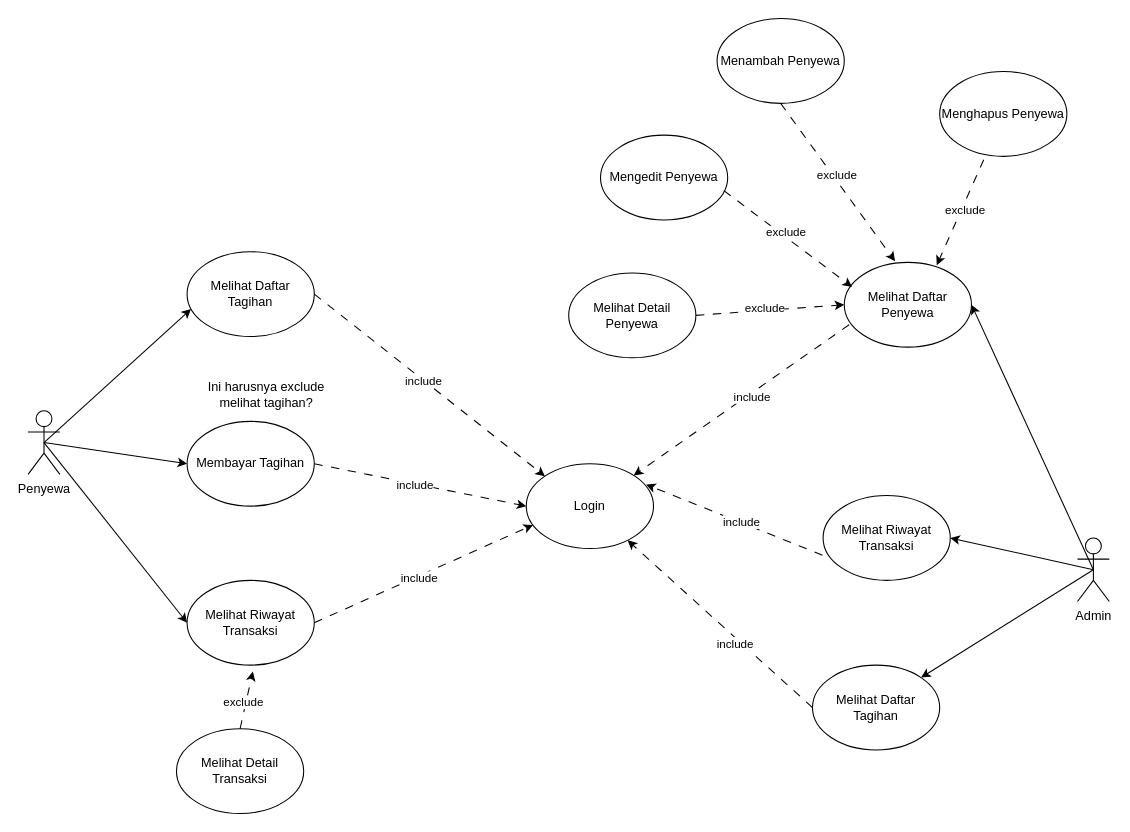
This is usecase_skripsi.drawio from juanangelaalma/uml, a draw.io file, before an edit. Source tidied: cells renumbered, new cells numbered last; positions are measured from the earlier drawing's top-left corner, leaving out a move shared by most shapes. Both pictures are drawn from the tidied source at 106%, with x=0, y=0 at pixel (28, 18).
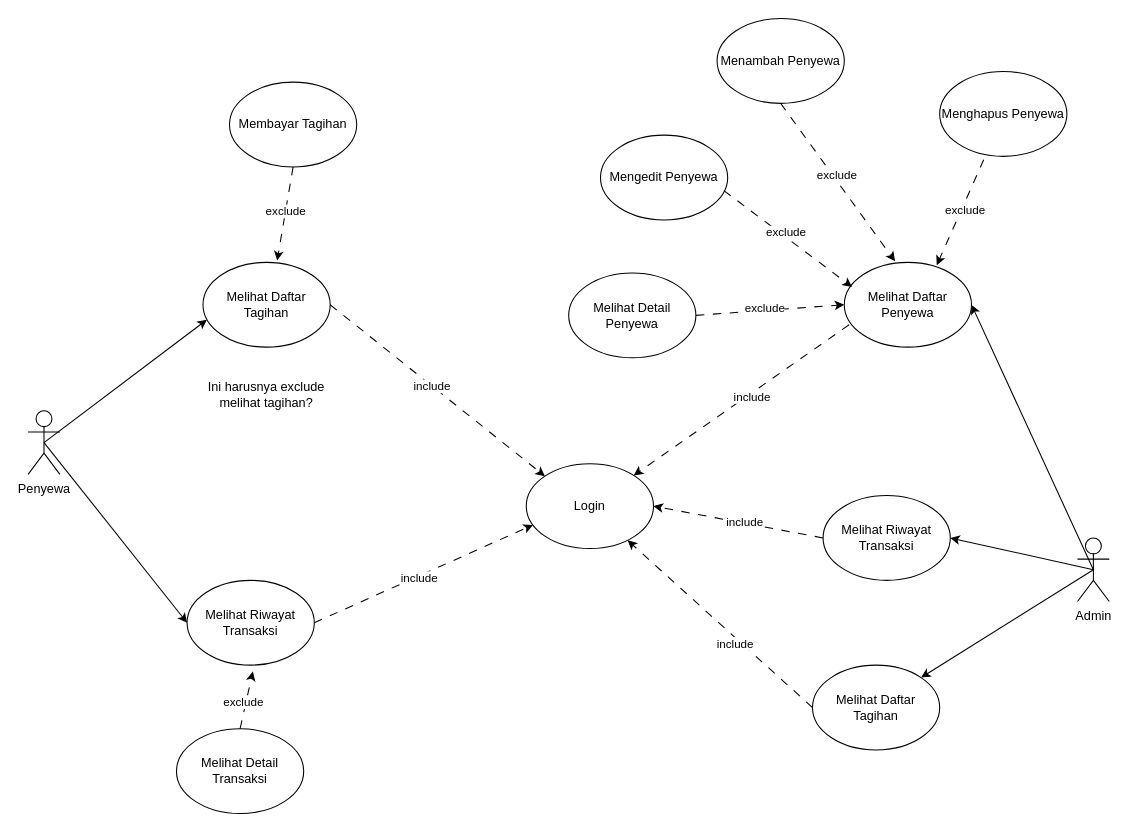
The same diagram, later.

The change refers to these unchanged cells:
```xml
<mxCell id="3" value="Penyewa" style="shape=umlActor;verticalLabelPosition=bottom;verticalAlign=top;html=1;outlineConnect=0;" parent="1" vertex="1">
  <mxGeometry y="370" width="30" height="60" as="geometry" />
</mxCell>
<mxCell id="4" value="Login" style="ellipse;whiteSpace=wrap;html=1;" parent="1" vertex="1">
  <mxGeometry x="470" y="420" width="120" height="80" as="geometry" />
</mxCell>
<mxCell id="6" value="Melihat Riwayat Transaksi" style="ellipse;whiteSpace=wrap;html=1;" parent="1" vertex="1">
  <mxGeometry x="750" y="450" width="120" height="80" as="geometry" />
</mxCell>
```

Diff of the diagram source:
```diff
@@
-    <mxCell id="11" style="endArrow=classic;html=1;rounded=0;entryX=0.942;entryY=0.245;entryDx=0;entryDy=0;exitX=-0.005;exitY=0.703;exitDx=0;exitDy=0;dashed=1;dashPattern=8 8;entryPerimeter=0;exitPerimeter=0;" parent="1" edge="1" source="6" target="4">
+    <mxCell id="11" style="endArrow=classic;html=1;rounded=0;entryX=1;entryY=0.5;entryDx=0;entryDy=0;exitX=0;exitY=0.5;exitDx=0;exitDy=0;dashed=1;dashPattern=8 8;" parent="1" edge="1" source="6" target="4">
       <mxGeometry relative="1" as="geometry" />
     </mxCell>
@@
     <mxCell id="29" value="Melihat Daftar Tagihan" style="ellipse;whiteSpace=wrap;html=1;" parent="1" vertex="1">
-      <mxGeometry x="150" y="220" width="120" height="80" as="geometry" />
+      <mxGeometry x="165" y="230" width="120" height="80" as="geometry" />
     </mxCell>
     <mxCell id="30" value="Membayar Tagihan" style="ellipse;whiteSpace=wrap;html=1;" parent="1" vertex="1">
-      <mxGeometry x="150" y="380" width="120" height="80" as="geometry" />
+      <mxGeometry x="190" y="60" width="120" height="80" as="geometry" />
     </mxCell>
@@
-    <mxCell id="36" style="endArrow=classic;html=1;rounded=0;entryX=0;entryY=0.5;entryDx=0;entryDy=0;exitX=0.5;exitY=0.5;exitDx=0;exitDy=0;exitPerimeter=0;" parent="1" edge="1" source="3" target="30">
-      <mxGeometry relative="1" as="geometry" />
-    </mxCell>
@@
-    <mxCell id="40" style="endArrow=classic;html=1;rounded=0;entryX=0;entryY=0.5;entryDx=0;entryDy=0;exitX=1;exitY=0.5;exitDx=0;exitDy=0;dashed=1;dashPattern=8 8;" parent="1" edge="1" source="30" target="4">
+    <mxCell id="40" style="endArrow=classic;html=1;rounded=0;entryX=0.583;entryY=-0.021;entryDx=0;entryDy=0;exitX=0.5;exitY=1;exitDx=0;exitDy=0;dashed=1;dashPattern=8 8;entryPerimeter=0;" parent="1" edge="1" source="30" target="29">
       <mxGeometry relative="1" as="geometry" />
     </mxCell>
-    <mxCell id="41" value="include" style="edgeLabel;html=1;align=center;verticalAlign=middle;" parent="40" vertex="1">
+    <mxCell id="41" value="exclude" style="edgeLabel;html=1;align=center;verticalAlign=middle;" parent="40" vertex="1">
       <mxGeometry x="-0.06" y="-1" relative="1" as="geometry">
         <mxPoint x="1" as="offset" />
       </mxGeometry>
     </mxCell>
```
